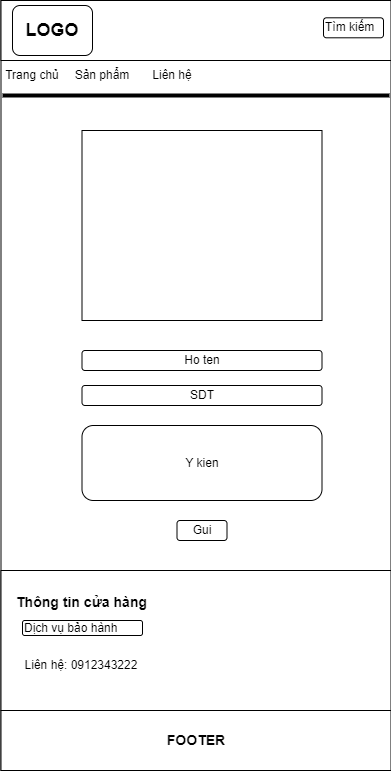
This is img/Lien he-MOBILE.png from NguyenHocPH36330/Web106_HocNC, a draw.io export, as it was before one commit. Source tidied: cells renumbered, new cells last; positions are measured from the earlier drawing's top-left corner, leaving out a move shared by most shapes.
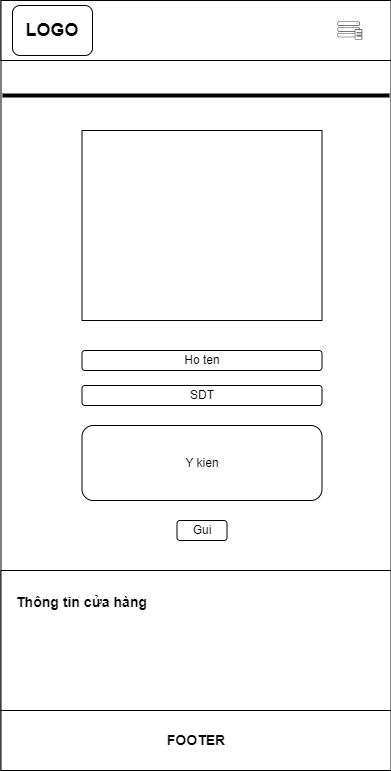
The same diagram one commit later.

Diff of the diagram source:
```diff
@@ -26,35 +26,20 @@
     <mxCell id="9" style="rounded=0;whiteSpace=wrap;html=1;" parent="1" vertex="1">
       <mxGeometry x="-0.5" y="570" width="390" height="140" as="geometry" />
     </mxCell>
-    <mxCell id="10" value="Dịch vụ bảo hành" style="rounded=1;whiteSpace=wrap;html=1;align=left;" parent="1" vertex="1">
-      <mxGeometry x="21" y="620" width="120" height="15" as="geometry" />
-    </mxCell>
     <mxCell id="11" value="&lt;h3&gt;Thông tin cửa hàng&lt;/h3&gt;" style="text;html=1;align=left;verticalAlign=middle;whiteSpace=wrap;rounded=0;" parent="1" vertex="1">
       <mxGeometry x="12.5" y="587" width="140" height="30" as="geometry" />
     </mxCell>
-    <mxCell id="12" value="Liên hệ: 0912343222" style="text;html=1;align=center;verticalAlign=middle;whiteSpace=wrap;rounded=0;" parent="1" vertex="1">
-      <mxGeometry x="13.5" y="650" width="132" height="30" as="geometry" />
-    </mxCell>
     <mxCell id="13" style="rounded=0;whiteSpace=wrap;html=1;" parent="1" vertex="1">
       <mxGeometry x="-0.5" width="390" height="60" as="geometry" />
     </mxCell>
     <mxCell id="14" value="&lt;h2&gt;LOGO&lt;/h2&gt;" style="rounded=1;whiteSpace=wrap;html=1;" parent="1" vertex="1">
       <mxGeometry x="11" y="5" width="80" height="50" as="geometry" />
     </mxCell>
-    <mxCell id="15" value="Tìm kiếm" style="rounded=1;whiteSpace=wrap;html=1;align=left;" parent="1" vertex="1">
-      <mxGeometry x="322" y="17.3" width="60" height="20" as="geometry" />
-    </mxCell>
-    <mxCell id="16" value="Trang chủ" style="text;html=1;strokeColor=none;fillColor=none;align=center;verticalAlign=middle;whiteSpace=wrap;rounded=0;" parent="1" vertex="1">
-      <mxGeometry x="1" y="60" width="60" height="30" as="geometry" />
-    </mxCell>
-    <mxCell id="17" value="Sản phẩm" style="text;html=1;strokeColor=none;fillColor=none;align=center;verticalAlign=middle;whiteSpace=wrap;rounded=0;" parent="1" vertex="1">
-      <mxGeometry x="71" y="60" width="60" height="30" as="geometry" />
-    </mxCell>
-    <mxCell id="18" value="Liên hệ" style="text;html=1;strokeColor=none;fillColor=none;align=center;verticalAlign=middle;whiteSpace=wrap;rounded=0;" parent="1" vertex="1">
-      <mxGeometry x="141" y="60" width="60" height="30" as="geometry" />
-    </mxCell>
     <mxCell id="19" style="line;strokeWidth=4;html=1;perimeter=backbonePerimeter;" parent="1" vertex="1">
       <mxGeometry x="1" y="90" width="387" height="10" as="geometry" />
     </mxCell>
+    <mxCell id="20" style="sketch=0;shadow=0;dashed=0;html=1;strokeColor=none;fillColor=#434445;labelPosition=center;verticalLabelPosition=bottom;verticalAlign=top;align=center;shape=mxgraph.vvd.array_manager;" parent="1" vertex="1">
+      <mxGeometry x="336" y="21" width="24.7" height="18" as="geometry" />
+    </mxCell>
   </root>
 </mxGraphModel>
```
